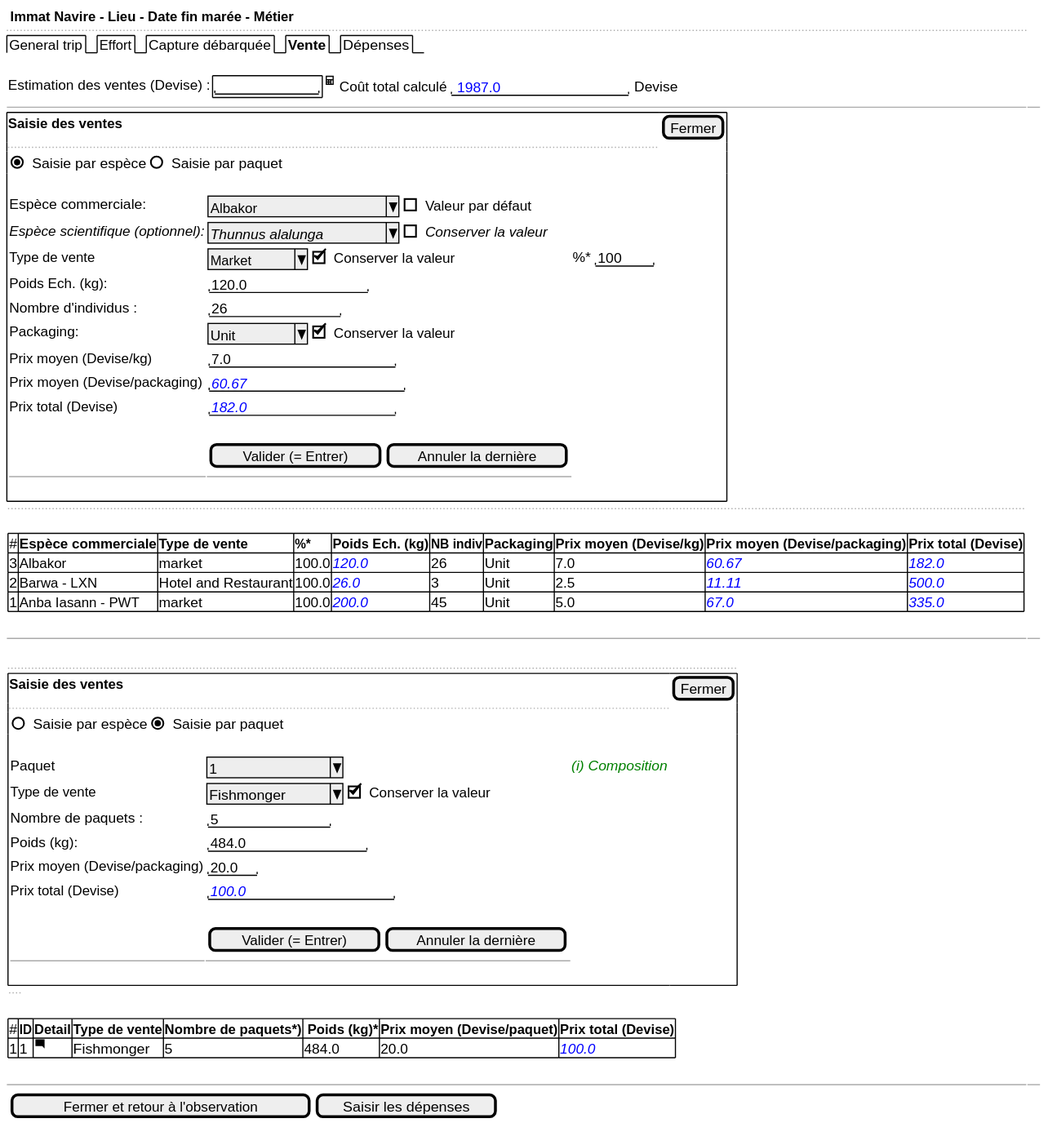
sumaris-net/sumaris-doc keeps this PlantUML diagram as use-case/collect/trip/landing-ui-sales-tablet.svg. Above is the earlier version. Its source is kept beside it as use-case/collect/trip/landing-ui-sales-tablet.puml.
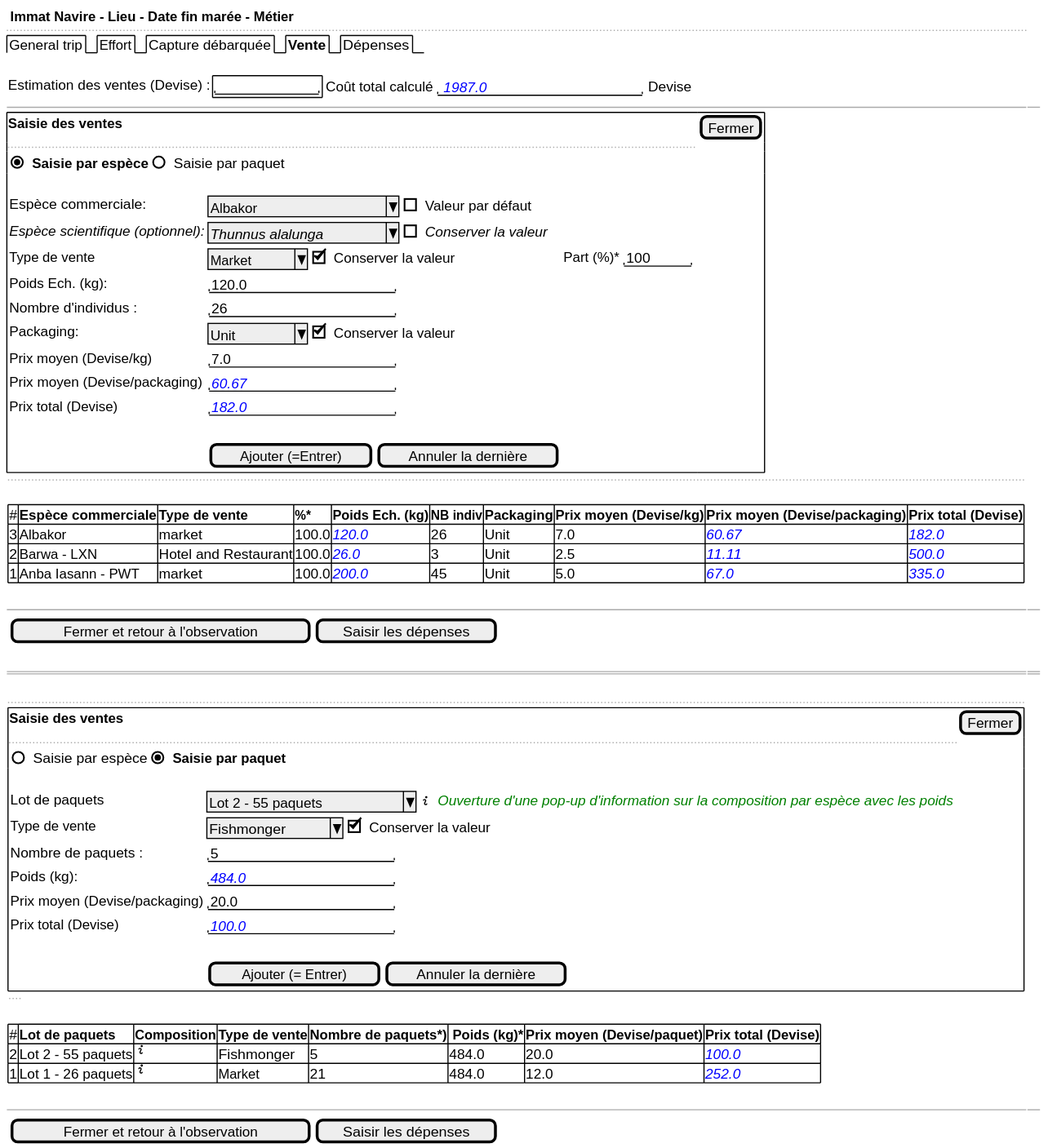
After the change.

Diff of the diagram source:
```diff
@@ -4,27 +4,25 @@
   ..
   {/ General trip | Effort | Capture débarquée | <b>Vente | Dépenses }
   .
-  {Estimation des ventes (Devise) : {+"           " } <&calculator> | {Coût total calculé  {"<color:blue> 1987.0"} Devise }}
+  {Estimation des ventes (Devise) : {+"           " } | {Coût total calculé  {"<color:blue><i> 1987.0"} Devise }}
   -- | --
   {+
     <b>Saisie des ventes | [Fermer]
     ..
-    {(X) Saisie par espèce | () Saisie par paquet }
+    {(X) <b>Saisie par espèce | () Saisie par paquet }
     {
         .
         Espèce commerciale:                   | { ^Albakor            ^ | [] Valeur par défaut }
         <i>Espèce scientifique (optionnel):   | { ^<i>Thunnus alalunga^ | [] <i>Conserver la valeur }
-        Type de vente                   | { ^Market   ^ | [X] Conserver la valeur }     | %* | { " 100  " }
-        Poids Ech. (kg):                | { "          120.0  "  }
-        Nombre d'individus :            | { "          26  "  }
+        Type de vente                   | { ^Market   ^ | [X] Conserver la valeur } | Part (%)* | { "  100  " }
+        Poids Ech. (kg):                | { "     120.0          "  }
+        Nombre d'individus :            | { "      26            "  }
         Packaging:                      | { ^Unit     ^ | [X] Conserver la valeur }
         Prix moyen (Devise/kg)          | { "               7.0  "  }
-        Prix moyen (Devise/packaging)   | { "<color:blue><i>60.67 "  }
+        Prix moyen (Devise/packaging)   | { "<color:blue><i>60.67"  }
         Prix total (Devise)             | { "<color:blue><i>182.0"  }
         .
-        . |  {[Valider (= Entrer)] | [Annuler la dernière]}
-        -- | --
-        .
+        . |  {[Ajouter (=Entrer)] | [Annuler la dernière]}
     }
   }
     {
@@ -37,27 +35,28 @@
           1 | Anba Iasann - PWT     | market               | 100.0 | <color:blue><i>200.0           | 45 | Unit         | 5.0 | <color:blue><i>67.0  | <color:blue><i>335.0
       }
     }
+    .
+    -- | --
+    {{[Fermer et retour à l'observation] | [Saisir les dépenses]}}
   .
-  -- | --
+  == | ==
   .
   {
   ..
   {+
     <b>Saisie des ventes | [Fermer]
     ..
-    {() Saisie par espèce | (X) Saisie par paquet }
+    {() Saisie par espèce | (X) <b>Saisie par paquet }
     {
         .
-        Paquet          | { ^1            ^} <color:green><i>(i) Composition
-        Type de vente                   | { ^Fishmonger   ^ | [X] Conserver la valeur }
-        Nombre de paquets :            | { "          5  "  }
-        Poids (kg):                | { "          484.0  "  }
-        Prix moyen (Devise/packaging)   | { "20.0 "  }
+        Lot de paquets          | { ^ Lot 2 - 55 paquets  ^ | <&info> <color:green><i> Ouverture d'une pop-up d'information sur la composition par espèce avec les poids }
+        Type de vente           | { ^Fishmonger   ^ | [X] Conserver la valeur }
+        Nombre de paquets :     | { "          5         "  }
+        Poids (kg):             | { "<color:blue><i>484.0"  }
+        Prix moyen (Devise/packaging)   | { "         20.0       "  }
         Prix total (Devise)             | { "<color:blue><i>100.0"  }
         .
-        . |  {[Valider (= Entrer)] | [Annuler la dernière]}
-        -- | --
-        .
+        . |  {[Ajouter (= Entrer)] | [Annuler la dernière]}
     }
   }
     {
@@ -65,8 +64,9 @@
   .
 }
       {#
-          # | <b>ID | <b>Detail         | <b>Type de vente | <b>Nombre de paquets*)   | <b> Poids (kg)* | <b>Prix moyen (Devise/paquet) | <b>Prix total (Devise)
-          1 | 1     | <&comment-square> | Fishmonger       | 5             | 484.0 | 20.0 | <color:blue><i>100.0
+          # | <b>Lot de paquets  | <b>Composition   | <b>Type de vente | <b>Nombre de paquets*) | <b> Poids (kg)* | <b>Prix moyen (Devise/paquet) | <b>Prix total (Devise)
+          2 | Lot 2 - 55 paquets | <&info>          | Fishmonger       | 5                      | 484.0           | 20.0                          | <color:blue><i>100.0
+          1 | Lot 1 - 26 paquets | <&info>          | Market           | 21                     | 484.0           | 12.0                          | <color:blue><i>252.0
       }
   }
   .
```
